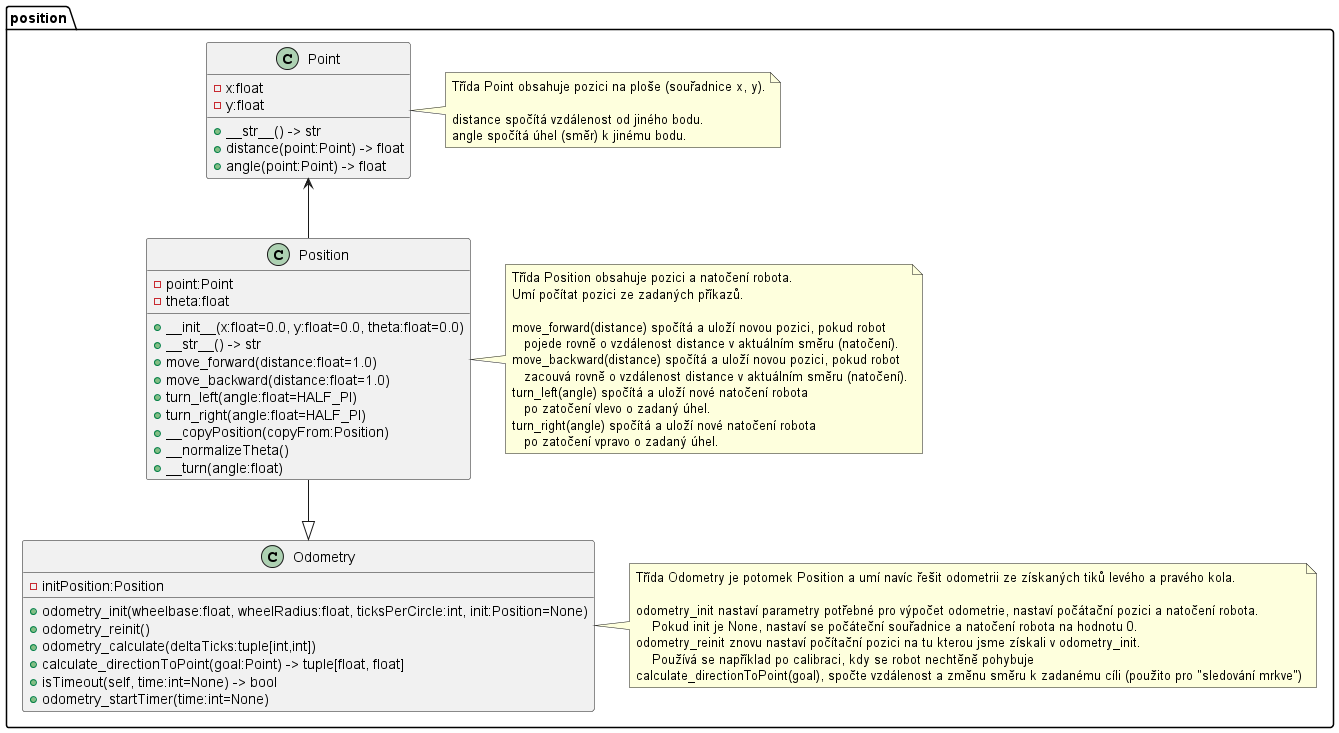
This is doc/position.png from JanChaloupek/robot-programming2, a PlantUML export, as it was before one commit.
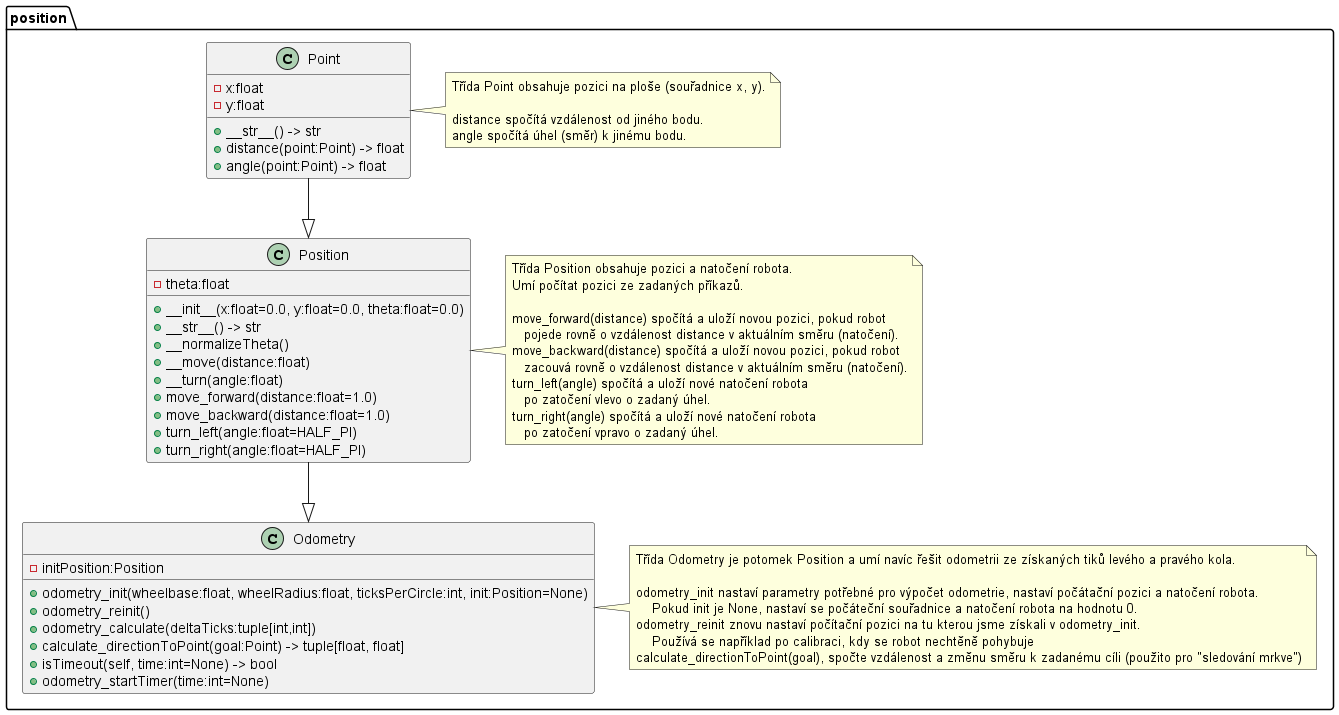
The same diagram one commit later.

The edit, as a diff of the source:
```diff
@@ -17,17 +17,16 @@
     end note
 
     class Position {
-        - point:Point
         - theta:float
         + __init__(x:float=0.0, y:float=0.0, theta:float=0.0)
         + __str__() -> str
+        + __normalizeTheta()
+        + __move(distance:float)
+        + __turn(angle:float)
         + move_forward(distance:float=1.0)
         + move_backward(distance:float=1.0)
         + turn_left(angle:float=HALF_PI)
         + turn_right(angle:float=HALF_PI)
-        + __copyPosition(copyFrom:Position)
-        + __normalizeTheta()
-        + __turn(angle:float)
     }
     note right of Position
         Třída Position obsahuje pozici a natočení robota.
@@ -42,7 +41,7 @@
         turn_right(angle) spočítá a uloží nové natočení robota
            po zatočení vpravo o zadaný úhel.
     end note
-    Position -up-> Point
+    Position <|-up- Point
 
     class Odometry {
         - initPosition:Position
```
